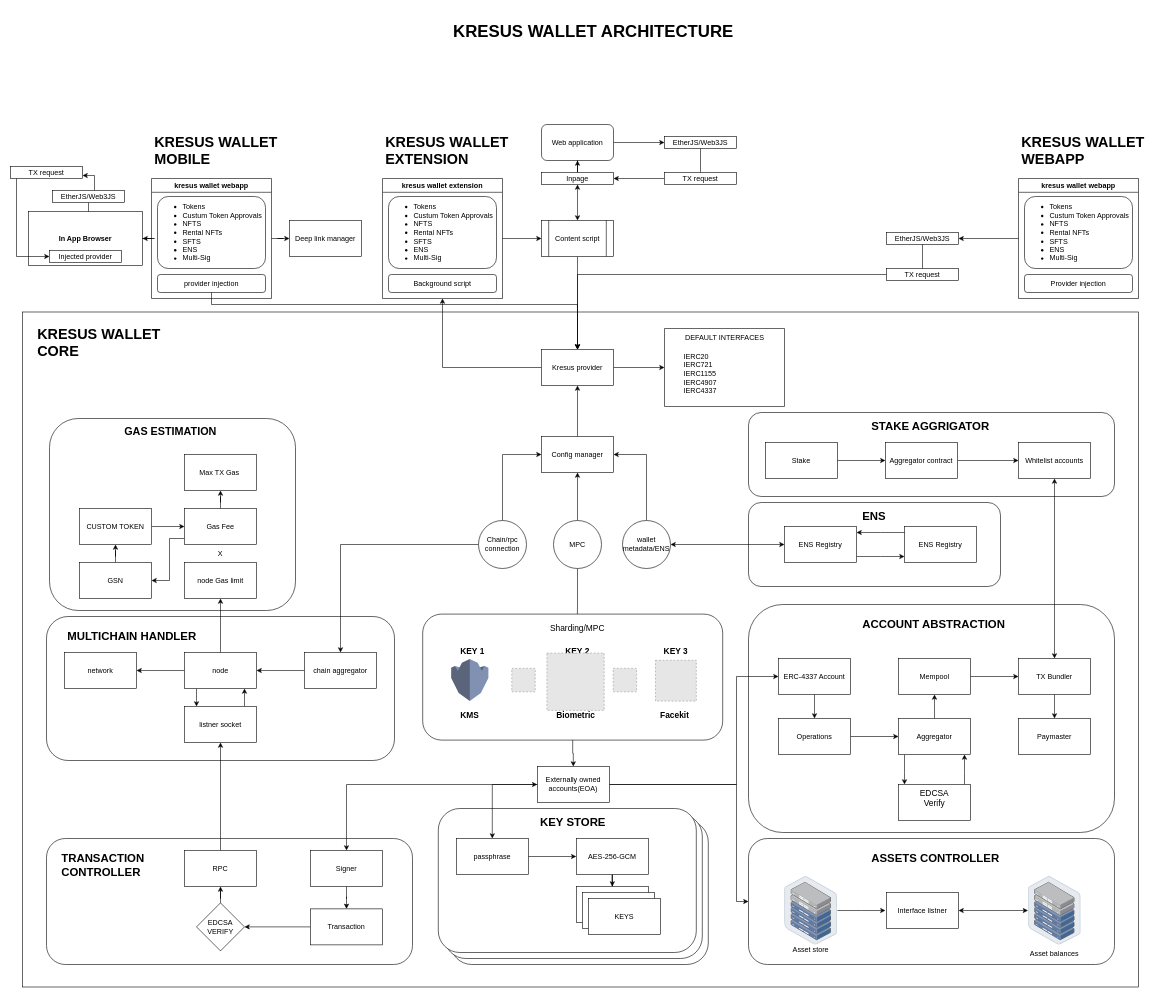
Before: kresusextensionwallet.drawio in ali-05-ahmed/Concept-Diagrams, a draw.io diagram. Source tidied: cells renumbered, new cells numbered last; positions are measured from the earlier drawing's top-left corner, leaving out a move shared by most shapes. Both pictures are drawn from the tidied source at 60%, with x=0, y=0 at pixel (10, 16). Pictures stored in the file or linked from it are replaced by grey dashed boxes.
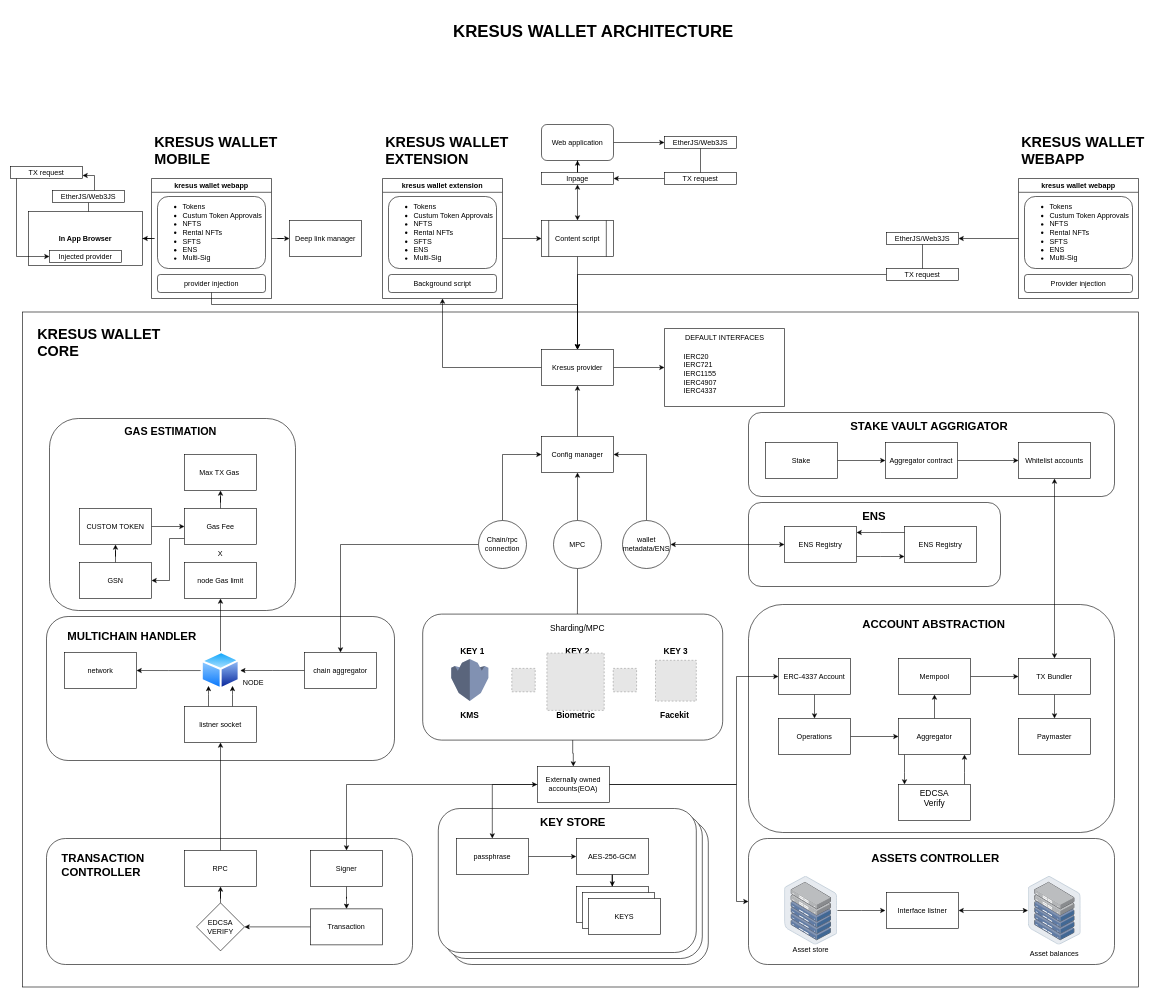
The same page after the edit.

The change refers to these unchanged cells:
```xml
<mxCell id="69" value="chain aggregator" style="whiteSpace=wrap;html=1;" parent="1" vertex="1">
  <mxGeometry x="490" y="1060" width="120" height="60" as="geometry" />
</mxCell>
<mxCell id="75" value="network" style="whiteSpace=wrap;html=1;" parent="1" vertex="1">
  <mxGeometry x="90" y="1060" width="120" height="60" as="geometry" />
</mxCell>
<mxCell id="76" value="listner socket" style="whiteSpace=wrap;html=1;" parent="1" vertex="1">
  <mxGeometry x="290" y="1150" width="120" height="60" as="geometry" />
</mxCell>
<mxCell id="78" value="node Gas limit" style="whiteSpace=wrap;html=1;" parent="1" vertex="1">
  <mxGeometry x="290" y="910" width="120" height="60" as="geometry" />
</mxCell>
```

The edit, as a diff of the source:
```diff
@@
-    <mxCell id="68" style="edgeStyle=orthogonalEdgeStyle;rounded=0;jettySize=auto;html=1;" parent="1" edge="1" source="69" target="74">
+    <mxCell id="68" style="edgeStyle=orthogonalEdgeStyle;rounded=0;jettySize=auto;html=1;entryX=1;entryY=0.5;entryDx=0;entryDy=0;" parent="1" edge="1" source="69" target="168">
       <mxGeometry relative="1" as="geometry" />
     </mxCell>
@@
-    <mxCell id="70" style="edgeStyle=orthogonalEdgeStyle;rounded=0;jettySize=auto;html=1;" parent="1" edge="1" source="74" target="75">
-      <mxGeometry relative="1" as="geometry" />
-    </mxCell>
-    <mxCell id="71" style="edgeStyle=orthogonalEdgeStyle;rounded=0;jettySize=auto;html=1;" parent="1" edge="1" source="74" target="76">
-      <mxGeometry relative="1" as="geometry">
-        <Array as="points">
-          <mxPoint x="310" y="1140" />
-          <mxPoint x="310" y="1140" />
-        </Array>
-      </mxGeometry>
-    </mxCell>
-    <mxCell id="72" style="edgeStyle=orthogonalEdgeStyle;rounded=0;jettySize=auto;html=1;startArrow=classic;startFill=1;endArrow=none;endFill=0;" parent="1" edge="1" source="74" target="76">
-      <mxGeometry relative="1" as="geometry">
-        <Array as="points">
-          <mxPoint x="390" y="1140" />
-          <mxPoint x="390" y="1140" />
-        </Array>
-      </mxGeometry>
-    </mxCell>
-    <mxCell id="73" style="edgeStyle=orthogonalEdgeStyle;rounded=0;jettySize=auto;html=1;" parent="1" edge="1" source="74" target="78">
+    <mxCell id="73" style="edgeStyle=orthogonalEdgeStyle;rounded=0;jettySize=auto;html=1;exitX=0.5;exitY=0;exitDx=0;exitDy=0;" parent="1" edge="1" source="168" target="78">
       <mxGeometry relative="1" as="geometry" />
     </mxCell>
-    <mxCell id="74" value="node" style="whiteSpace=wrap;html=1;" parent="1" vertex="1">
-      <mxGeometry x="290" y="1060" width="120" height="60" as="geometry" />
-    </mxCell>
@@
+    <mxCell id="165" style="edgeStyle=orthogonalEdgeStyle;rounded=0;jettySize=auto;html=1;" parent="1" edge="1" source="76" target="168">
+      <mxGeometry relative="1" as="geometry">
+        <Array as="points">
+          <mxPoint x="370" y="1130" />
+          <mxPoint x="370" y="1130" />
+        </Array>
+      </mxGeometry>
+    </mxCell>
+    <mxCell id="166" style="edgeStyle=orthogonalEdgeStyle;rounded=0;jettySize=auto;html=1;" parent="1" edge="1" source="76" target="168">
+      <mxGeometry relative="1" as="geometry">
+        <Array as="points">
+          <mxPoint x="330" y="1130" />
+          <mxPoint x="330" y="1130" />
+        </Array>
+      </mxGeometry>
+    </mxCell>
@@
-    <mxCell id="157" value="&lt;h1 style=&quot;font-size: 19px;&quot;&gt;STAKE AGGRIGATOR&lt;/h1&gt;" style="text;html=1;strokeColor=none;fillColor=none;spacing=5;spacingTop=-20;whiteSpace=wrap;overflow=hidden;rounded=0;fontSize=19;" parent="1" vertex="1">
-      <mxGeometry x="1430" y="670" width="210" height="30" as="geometry" />
+    <mxCell id="157" value="&lt;h1 style=&quot;font-size: 19px;&quot;&gt;STAKE VAULT AGGRIGATOR&lt;/h1&gt;" style="text;html=1;strokeColor=none;fillColor=none;spacing=5;spacingTop=-20;whiteSpace=wrap;overflow=hidden;rounded=0;fontSize=19;" parent="1" vertex="1">
+      <mxGeometry x="1395" y="670" width="280" height="30" as="geometry" />
     </mxCell>
@@
+    <mxCell id="167" style="edgeStyle=orthogonalEdgeStyle;rounded=0;jettySize=auto;html=1;" parent="1" edge="1" source="168" target="75">
+      <mxGeometry relative="1" as="geometry" />
+    </mxCell>
+    <mxCell id="168" style="image;perimeter=ellipsePerimeter;html=1;align=center;shadow=0;dashed=0;spacingTop=3;image=img/lib/active_directory/generic_node.svg;" parent="1" vertex="1">
+      <mxGeometry x="317.1" y="1057.8" width="65.8" height="64.5" as="geometry" />
+    </mxCell>
+    <mxCell id="169" value="NODE" style="text;html=1;strokeColor=none;fillColor=none;align=center;verticalAlign=middle;whiteSpace=wrap;rounded=0;" parent="1" vertex="1">
+      <mxGeometry x="375" y="1095" width="60" height="30" as="geometry" />
+    </mxCell>
```
